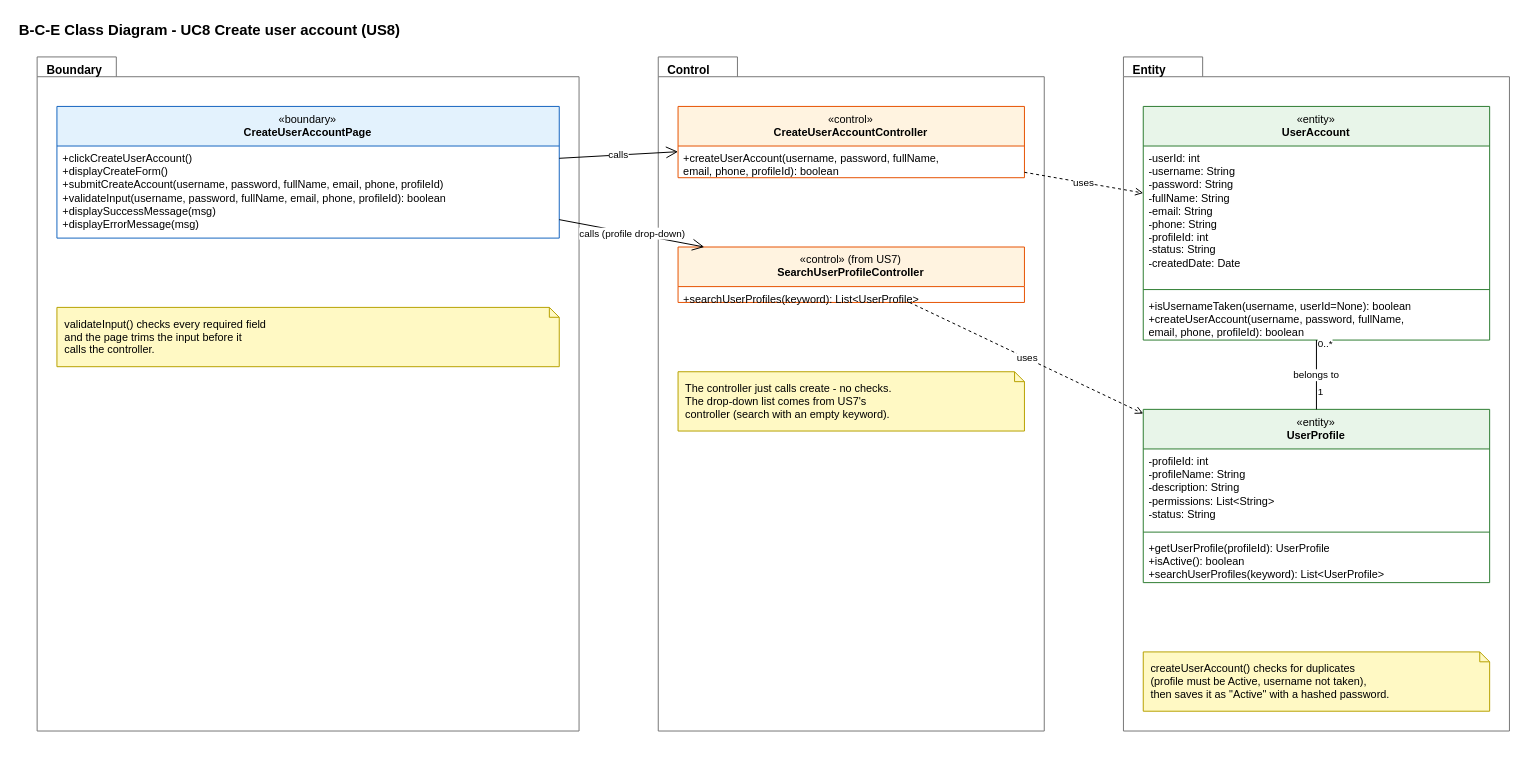
This is page "5 BCE Class Diagram" (5 of 6) of Sprint_1/US8 - Create User Account/US8 Create user account.drawio from Hanzxc/CSIT314-ARCHSS, a draw.io file, before an edit. Source tidied: cells renumbered, new cells numbered last; positions are measured from the earlier drawing's top-left corner, leaving out a move shared by most shapes. Both pictures are drawn from the tidied source at 99%, with x=0, y=0 at pixel (17, 17).
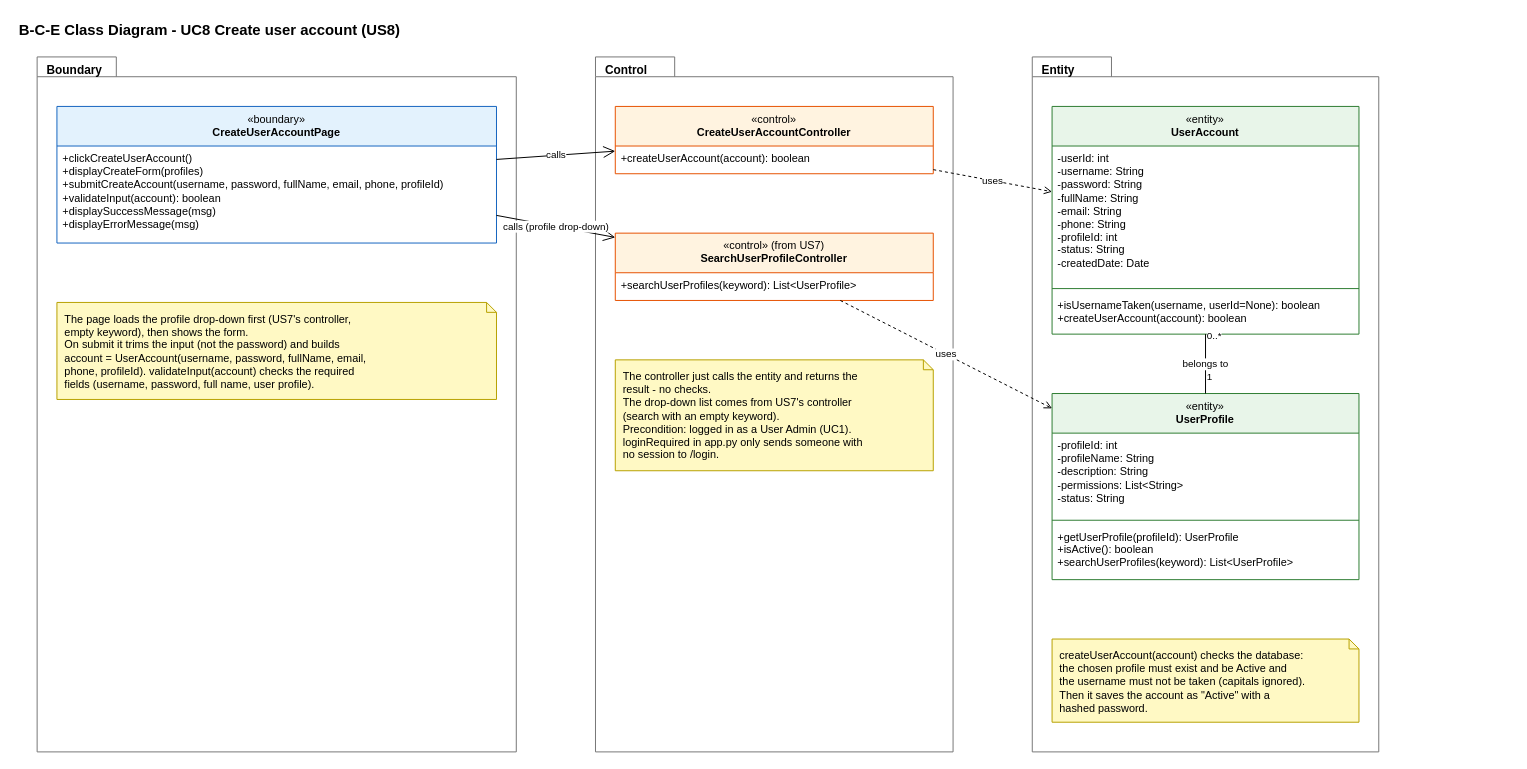
After the change.

Diff of the diagram source:
```diff
@@
+    <mxCell id="30" value="&lt;b&gt;B-C-E Class Diagram - UC8 Create user account (US8)&lt;/b&gt;" style="text;html=1;strokeColor=none;fillColor=none;align=left;verticalAlign=middle;whiteSpace=nowrap;fontSize=15;fontColor=#000000;" parent="1" vertex="1">
+      <mxGeometry width="390" height="24" as="geometry" />
+    </mxCell>
+    <mxCell id="31" value="&lt;b&gt;Boundary&lt;/b&gt;" style="shape=folder;tabWidth=80;tabHeight=20;tabPosition=left;html=1;verticalAlign=top;align=left;spacingLeft=8;spacingTop=0;fillColor=none;fontSize=12;strokeColor=#777777;fontColor=#000000;" parent="1" vertex="1">
+      <mxGeometry x="20" y="40" width="484" height="702" as="geometry" />
+    </mxCell>
+    <mxCell id="32" value="&lt;b&gt;Control&lt;/b&gt;" style="shape=folder;tabWidth=80;tabHeight=20;tabPosition=left;html=1;verticalAlign=top;align=left;spacingLeft=8;spacingTop=0;fillColor=none;fontSize=12;strokeColor=#777777;fontColor=#000000;" parent="1" vertex="1">
+      <mxGeometry x="584" y="40" width="361.2" height="702" as="geometry" />
+    </mxCell>
+    <mxCell id="33" value="&lt;b&gt;Entity&lt;/b&gt;" style="shape=folder;tabWidth=80;tabHeight=20;tabPosition=left;html=1;verticalAlign=top;align=left;spacingLeft=8;spacingTop=0;fillColor=none;fontSize=12;strokeColor=#777777;fontColor=#000000;" parent="1" vertex="1">
+      <mxGeometry x="1025.2" y="40" width="350" height="702" as="geometry" />
+    </mxCell>
-    <mxCell id="2" value="&lt;b&gt;B-C-E Class Diagram - UC8 Create user account (US8)&lt;/b&gt;" style="text;html=1;strokeColor=none;fillColor=none;align=left;verticalAlign=middle;whiteSpace=nowrap;fontSize=15;fontColor=#000000;" parent="1" vertex="1">
-      <mxGeometry width="485.9" height="24" as="geometry" />
+    <mxCell id="2" value="«boundary»&lt;br&gt;&lt;b&gt;CreateUserAccountPage&lt;/b&gt;" style="swimlane;fontStyle=0;align=center;verticalAlign=top;horizontal=1;startSize=40;html=1;whiteSpace=wrap;fontSize=11;fillColor=#E3F2FD;strokeColor=#1565C0;swimlaneFillColor=#FFFFFF;fontColor=#000000;" parent="1" vertex="1">
+      <mxGeometry x="40" y="90" width="444" height="138" as="geometry" />
     </mxCell>
-    <mxCell id="3" value="&lt;b&gt;Boundary&lt;/b&gt;" style="shape=folder;tabWidth=80;tabHeight=20;tabPosition=left;html=1;verticalAlign=top;align=left;spacingLeft=8;spacingTop=0;fillColor=none;fontSize=12;strokeColor=#777777;fontColor=#000000;" parent="1" vertex="1">
-      <mxGeometry x="20" y="40" width="547.4" height="680.9" as="geometry" />
+    <mxCell id="3" value="+clickCreateUserAccount()&lt;br&gt;+displayCreateForm(profiles)&lt;br&gt;+submitCreateAccount(username, password, fullName, email, phone, profileId)&lt;br&gt;+validateInput(account): boolean&lt;br&gt;+displaySuccessMessage(msg)&lt;br&gt;+displayErrorMessage(msg)" style="text;strokeColor=none;fillColor=none;align=left;verticalAlign=top;spacingLeft=4;spacingRight=4;overflow=hidden;whiteSpace=nowrap;html=1;fontSize=11;fontColor=#000000;" parent="2" vertex="1">
+      <mxGeometry y="40" width="444" height="98" as="geometry" />
     </mxCell>
-    <mxCell id="4" value="«boundary»&lt;br&gt;&lt;b&gt;CreateUserAccountPage&lt;/b&gt;" style="swimlane;fontStyle=0;align=center;verticalAlign=top;horizontal=1;startSize=40;html=1;whiteSpace=wrap;fontSize=11;fillColor=#E3F2FD;strokeColor=#1565C0;swimlaneFillColor=#FFFFFF;fontColor=#000000;" parent="1" vertex="1">
-      <mxGeometry x="40" y="90" width="507.4" height="133" as="geometry" />
+    <mxCell id="4" value="The page loads the profile drop-down first (US7's controller,&lt;br&gt;empty keyword), then shows the form.&lt;br&gt;On submit it trims the input (not the password) and builds&lt;br&gt;account = UserAccount(username, password, fullName, email,&lt;br&gt;phone, profileId). validateInput(account) checks the required&lt;br&gt;fields (username, password, full name, user profile)." style="shape=note;whiteSpace=wrap;html=1;size=10;fillColor=#FFF9C4;strokeColor=#B8A100;align=left;verticalAlign=top;spacingLeft=6;spacingRight=4;spacingTop=4;fontSize=11;fontColor=#000000;" parent="1" vertex="1">
+      <mxGeometry x="40" y="288" width="444" height="98" as="geometry" />
     </mxCell>
-    <mxCell id="5" value="+clickCreateUserAccount()&lt;br&gt;+displayCreateForm()&lt;br&gt;+submitCreateAccount(username, password, fullName, email, phone, profileId)&lt;br&gt;+validateInput(username, password, fullName, email, phone, profileId): boolean&lt;br&gt;+displaySuccessMessage(msg)&lt;br&gt;+displayErrorMessage(msg)" style="text;strokeColor=none;fillColor=none;align=left;verticalAlign=top;spacingLeft=4;spacingRight=4;overflow=hidden;points=[[0,0.5],[1,0.5]];portConstraint=eastwest;whiteSpace=nowrap;html=1;fontSize=11;fontColor=#000000;" parent="4" vertex="1">
-      <mxGeometry y="40" width="507.4" height="93" as="geometry" />
+    <mxCell id="5" value="«control»&lt;br&gt;&lt;b&gt;CreateUserAccountController&lt;/b&gt;" style="swimlane;fontStyle=0;align=center;verticalAlign=top;horizontal=1;startSize=40;html=1;whiteSpace=wrap;fontSize=11;fillColor=#FFF3E0;strokeColor=#E65100;swimlaneFillColor=#FFFFFF;fontColor=#000000;" parent="1" vertex="1">
+      <mxGeometry x="604" y="90" width="321.2" height="68" as="geometry" />
     </mxCell>
-    <mxCell id="6" value="validateInput() checks every required field&lt;br&gt;and the page trims the input before it&lt;br&gt;calls the controller." style="shape=note;whiteSpace=wrap;html=1;size=10;fillColor=#FFF9C4;strokeColor=#B8A100;align=left;verticalAlign=top;spacingLeft=6;spacingRight=4;spacingTop=4;fontSize=11;fontColor=#000000;" parent="1" vertex="1">
-      <mxGeometry x="40" y="293" width="507.4" height="59.9" as="geometry" />
+    <mxCell id="6" value="+createUserAccount(account): boolean" style="text;strokeColor=none;fillColor=none;align=left;verticalAlign=top;spacingLeft=4;spacingRight=4;overflow=hidden;whiteSpace=nowrap;html=1;fontSize=11;fontColor=#000000;" parent="5" vertex="1">
+      <mxGeometry y="40" width="321.2" height="28" as="geometry" />
     </mxCell>
-    <mxCell id="7" value="&lt;b&gt;Control&lt;/b&gt;" style="shape=folder;tabWidth=80;tabHeight=20;tabPosition=left;html=1;verticalAlign=top;align=left;spacingLeft=8;spacingTop=0;fillColor=none;fontSize=12;strokeColor=#777777;fontColor=#000000;" parent="1" vertex="1">
-      <mxGeometry x="647.4" y="40" width="389.9" height="680.9" as="geometry" />
+    <mxCell id="7" value="«control» (from US7)&lt;br&gt;&lt;b&gt;SearchUserProfileController&lt;/b&gt;" style="swimlane;fontStyle=0;align=center;verticalAlign=top;horizontal=1;startSize=40;html=1;whiteSpace=wrap;fontSize=11;fillColor=#FFF3E0;strokeColor=#E65100;swimlaneFillColor=#FFFFFF;fontColor=#000000;" parent="1" vertex="1">
+      <mxGeometry x="604" y="218" width="321.2" height="68" as="geometry" />
     </mxCell>
-    <mxCell id="8" value="«control»&lt;br&gt;&lt;b&gt;CreateUserAccountController&lt;/b&gt;" style="swimlane;fontStyle=0;align=center;verticalAlign=top;horizontal=1;startSize=40;html=1;whiteSpace=wrap;fontSize=11;fillColor=#FFF3E0;strokeColor=#E65100;swimlaneFillColor=#FFFFFF;fontColor=#000000;" parent="1" vertex="1">
-      <mxGeometry x="667.4" y="90" width="349.9" height="72" as="geometry" />
+    <mxCell id="8" value="+searchUserProfiles(keyword): List&amp;lt;UserProfile&amp;gt;" style="text;strokeColor=none;fillColor=none;align=left;verticalAlign=top;spacingLeft=4;spacingRight=4;overflow=hidden;points=[[0,0.5],[1,0.5]];portConstraint=eastwest;whiteSpace=nowrap;html=1;fontSize=11;fontColor=#000000;" parent="7" vertex="1">
+      <mxGeometry y="40" width="321.2" height="28" as="geometry" />
     </mxCell>
-    <mxCell id="9" value="+createUserAccount(username, password, fullName,&lt;br&gt;        email, phone, profileId): boolean" style="text;strokeColor=none;fillColor=none;align=left;verticalAlign=top;spacingLeft=4;spacingRight=4;overflow=hidden;whiteSpace=nowrap;html=1;fontSize=11;fontColor=#000000;" parent="8" vertex="1">
-      <mxGeometry y="40" width="349.9" height="32" as="geometry" />
+    <mxCell id="9" value="The controller just calls the entity and returns the&lt;br&gt;result - no checks.&lt;br&gt;The drop-down list comes from US7's controller&lt;br&gt;(search with an empty keyword).&lt;br&gt;Precondition: logged in as a User Admin (UC1).&lt;br&gt;loginRequired in app.py only sends someone with&lt;br&gt;no session to /login." style="shape=note;whiteSpace=wrap;html=1;size=10;fillColor=#FFF9C4;strokeColor=#B8A100;align=left;verticalAlign=top;spacingLeft=6;spacingRight=4;spacingTop=4;fontSize=11;fontColor=#000000;" parent="1" vertex="1">
+      <mxGeometry x="604" y="346" width="321.2" height="112" as="geometry" />
     </mxCell>
-    <mxCell id="10" value="«control» (from US7)&lt;br&gt;&lt;b&gt;SearchUserProfileController&lt;/b&gt;" style="swimlane;fontStyle=0;align=center;verticalAlign=top;horizontal=1;startSize=40;html=1;whiteSpace=wrap;fontSize=11;fillColor=#FFF3E0;strokeColor=#E65100;swimlaneFillColor=#FFFFFF;fontColor=#000000;" parent="1" vertex="1">
-      <mxGeometry x="667.4" y="232" width="349.9" height="56" as="geometry" />
+    <mxCell id="10" value="«entity»&lt;br&gt;&lt;b&gt;UserAccount&lt;/b&gt;" style="swimlane;fontStyle=0;align=center;verticalAlign=top;horizontal=1;startSize=40;html=1;whiteSpace=wrap;fontSize=11;fillColor=#E8F5E9;strokeColor=#2E7D32;swimlaneFillColor=#FFFFFF;fontColor=#000000;" parent="1" vertex="1">
+      <mxGeometry x="1045.2" y="90" width="310" height="230" as="geometry" />
     </mxCell>
-    <mxCell id="11" value="+searchUserProfiles(keyword): List&amp;lt;UserProfile&amp;gt;" style="text;strokeColor=none;fillColor=none;align=left;verticalAlign=top;spacingLeft=4;spacingRight=4;overflow=hidden;whiteSpace=nowrap;html=1;fontSize=11;fontColor=#000000;" parent="10" vertex="1">
-      <mxGeometry y="40" width="349.9" height="16" as="geometry" />
+    <mxCell id="11" value="-userId: int&lt;br&gt;-username: String&lt;br&gt;-password: String&lt;br&gt;-fullName: String&lt;br&gt;-email: String&lt;br&gt;-phone: String&lt;br&gt;-profileId: int&lt;br&gt;-status: String&lt;br&gt;-createdDate: Date" style="text;strokeColor=none;fillColor=none;align=left;verticalAlign=top;spacingLeft=4;spacingRight=4;overflow=hidden;whiteSpace=nowrap;html=1;fontSize=11;fontColor=#000000;" parent="10" vertex="1">
+      <mxGeometry y="40" width="310" height="140" as="geometry" />
     </mxCell>
-    <mxCell id="12" value="The controller just calls create - no checks.&lt;br&gt;The drop-down list comes from US7's&lt;br&gt;controller (search with an empty keyword)." style="shape=note;whiteSpace=wrap;html=1;size=10;fillColor=#FFF9C4;strokeColor=#B8A100;align=left;verticalAlign=top;spacingLeft=6;spacingRight=4;spacingTop=4;fontSize=11;fontColor=#000000;" parent="1" vertex="1">
-      <mxGeometry x="667.4" y="358" width="349.9" height="59.9" as="geometry" />
+    <mxCell id="12" style="line;strokeWidth=1;fillColor=none;align=left;verticalAlign=middle;spacingTop=-1;spacingLeft=3;spacingRight=3;labelPosition=right;strokeColor=#2E7D32;fontColor=#000000;" parent="10" vertex="1">
+      <mxGeometry y="180" width="310" height="8" as="geometry" />
     </mxCell>
-    <mxCell id="13" value="&lt;b&gt;Entity&lt;/b&gt;" style="shape=folder;tabWidth=80;tabHeight=20;tabPosition=left;html=1;verticalAlign=top;align=left;spacingLeft=8;spacingTop=0;fillColor=none;fontSize=12;strokeColor=#777777;fontColor=#000000;" parent="1" vertex="1">
-      <mxGeometry x="1117.3" y="40" width="389.9" height="680.9" as="geometry" />
+    <mxCell id="13" value="+isUsernameTaken(username, userId=None): boolean&lt;br&gt;+createUserAccount(account): boolean" style="text;strokeColor=none;fillColor=none;align=left;verticalAlign=top;spacingLeft=4;spacingRight=4;overflow=hidden;whiteSpace=nowrap;html=1;fontSize=11;fontColor=#000000;" parent="10" vertex="1">
+      <mxGeometry y="188" width="310" height="42" as="geometry" />
     </mxCell>
-    <mxCell id="14" value="«entity»&lt;br&gt;&lt;b&gt;UserAccount&lt;/b&gt;" style="swimlane;fontStyle=0;align=center;verticalAlign=top;horizontal=1;startSize=40;html=1;whiteSpace=wrap;fontSize=11;fillColor=#E8F5E9;strokeColor=#2E7D32;swimlaneFillColor=#FFFFFF;fontColor=#000000;" parent="1" vertex="1">
-      <mxGeometry x="1137.3" y="90" width="349.9" height="236" as="geometry" />
+    <mxCell id="14" value="«entity»&lt;br&gt;&lt;b&gt;UserProfile&lt;/b&gt;" style="swimlane;fontStyle=0;align=center;verticalAlign=top;horizontal=1;startSize=40;html=1;whiteSpace=wrap;fontSize=11;fillColor=#E8F5E9;strokeColor=#2E7D32;swimlaneFillColor=#FFFFFF;fontColor=#000000;" parent="1" vertex="1">
+      <mxGeometry x="1045.2" y="380" width="310" height="188" as="geometry" />
     </mxCell>
-    <mxCell id="15" value="-userId: int&lt;br&gt;-username: String&lt;br&gt;-password: String&lt;br&gt;-fullName: String&lt;br&gt;-email: String&lt;br&gt;-phone: String&lt;br&gt;-profileId: int&lt;br&gt;-status: String&lt;br&gt;-createdDate: Date" style="text;strokeColor=none;fillColor=none;align=left;verticalAlign=top;spacingLeft=4;spacingRight=4;overflow=hidden;whiteSpace=nowrap;html=1;fontSize=11;fontColor=#000000;" parent="14" vertex="1">
-      <mxGeometry y="40" width="349.9" height="141" as="geometry" />
+    <mxCell id="15" value="-profileId: int&lt;br&gt;-profileName: String&lt;br&gt;-description: String&lt;br&gt;-permissions: List&amp;lt;String&amp;gt;&lt;br&gt;-status: String" style="text;strokeColor=none;fillColor=none;align=left;verticalAlign=top;spacingLeft=4;spacingRight=4;overflow=hidden;whiteSpace=nowrap;html=1;fontSize=11;fontColor=#000000;" parent="14" vertex="1">
+      <mxGeometry y="40" width="310" height="84" as="geometry" />
     </mxCell>
     <mxCell id="16" style="line;strokeWidth=1;fillColor=none;align=left;verticalAlign=middle;spacingTop=-1;spacingLeft=3;spacingRight=3;labelPosition=right;strokeColor=#2E7D32;fontColor=#000000;" parent="14" vertex="1">
-      <mxGeometry y="181" width="349.9" height="8" as="geometry" />
+      <mxGeometry y="124" width="310" height="8" as="geometry" />
     </mxCell>
-    <mxCell id="17" value="+isUsernameTaken(username, userId=None): boolean&lt;br&gt;+createUserAccount(username, password, fullName,&lt;br&gt;        email, phone, profileId): boolean" style="text;strokeColor=none;fillColor=none;align=left;verticalAlign=top;spacingLeft=4;spacingRight=4;overflow=hidden;whiteSpace=nowrap;html=1;fontSize=11;fontColor=#000000;" parent="14" vertex="1">
-      <mxGeometry y="189" width="349.9" height="47" as="geometry" />
+    <mxCell id="17" value="+getUserProfile(profileId): UserProfile&lt;br&gt;+isActive(): boolean&lt;br&gt;+searchUserProfiles(keyword): List&amp;lt;UserProfile&amp;gt;" style="text;strokeColor=none;fillColor=none;align=left;verticalAlign=top;spacingLeft=4;spacingRight=4;overflow=hidden;whiteSpace=nowrap;html=1;fontSize=11;fontColor=#000000;" parent="14" vertex="1">
+      <mxGeometry y="132" width="310" height="56" as="geometry" />
     </mxCell>
-    <mxCell id="18" value="«entity»&lt;br&gt;&lt;b&gt;UserProfile&lt;/b&gt;" style="swimlane;fontStyle=0;align=center;verticalAlign=top;horizontal=1;startSize=40;html=1;whiteSpace=wrap;fontSize=11;fillColor=#E8F5E9;strokeColor=#2E7D32;swimlaneFillColor=#FFFFFF;fontColor=#000000;" parent="1" vertex="1">
-      <mxGeometry x="1137.3" y="396" width="349.9" height="175" as="geometry" />
+    <mxCell id="18" value="createUserAccount(account) checks the database:&lt;br&gt;the chosen profile must exist and be Active and&lt;br&gt;the username must not be taken (capitals ignored).&lt;br&gt;Then it saves the account as &quot;Active&quot; with a&lt;br&gt;hashed password." style="shape=note;whiteSpace=wrap;html=1;size=10;fillColor=#FFF9C4;strokeColor=#B8A100;align=left;verticalAlign=top;spacingLeft=6;spacingRight=4;spacingTop=4;fontSize=11;fontColor=#000000;" parent="1" vertex="1">
+      <mxGeometry x="1045.2" y="628" width="310" height="84" as="geometry" />
     </mxCell>
-    <mxCell id="19" value="-profileId: int&lt;br&gt;-profileName: String&lt;br&gt;-description: String&lt;br&gt;-permissions: List&amp;lt;String&amp;gt;&lt;br&gt;-status: String" style="text;strokeColor=none;fillColor=none;align=left;verticalAlign=top;spacingLeft=4;spacingRight=4;overflow=hidden;whiteSpace=nowrap;html=1;fontSize=11;fontColor=#000000;" parent="18" vertex="1">
-      <mxGeometry y="40" width="349.9" height="80" as="geometry" />
+    <mxCell id="19" value="calls" style="endArrow=open;endFill=0;endSize=10;html=1;rounded=0;fontSize=10;fontColor=#000000;strokeColor=#000000;labelBackgroundColor=#FFFFFF;" parent="1" edge="1" source="2" target="5">
+      <mxGeometry relative="1" as="geometry" />
     </mxCell>
-    <mxCell id="20" style="line;strokeWidth=1;fillColor=none;align=left;verticalAlign=middle;spacingTop=-1;spacingLeft=3;spacingRight=3;labelPosition=right;strokeColor=#2E7D32;fontColor=#000000;" parent="18" vertex="1">
-      <mxGeometry y="120" width="349.9" height="8" as="geometry" />
+    <mxCell id="20" value="calls (profile drop-down)" style="endArrow=open;endFill=0;endSize=10;html=1;rounded=0;fontSize=10;fontColor=#000000;strokeColor=#000000;labelBackgroundColor=#FFFFFF;" parent="1" edge="1" source="2" target="7">
+      <mxGeometry relative="1" as="geometry" />
     </mxCell>
-    <mxCell id="21" value="+getUserProfile(profileId): UserProfile&lt;br&gt;+isActive(): boolean&lt;br&gt;+searchUserProfiles(keyword): List&amp;lt;UserProfile&amp;gt;" style="text;strokeColor=none;fillColor=none;align=left;verticalAlign=top;spacingLeft=4;spacingRight=4;overflow=hidden;whiteSpace=nowrap;html=1;fontSize=11;fontColor=#000000;" parent="18" vertex="1">
-      <mxGeometry y="128" width="349.9" height="47" as="geometry" />
+    <mxCell id="21" value="uses" style="endArrow=open;endFill=0;dashed=1;html=1;rounded=0;fontSize=10;fontColor=#000000;strokeColor=#000000;labelBackgroundColor=#FFFFFF;" parent="1" edge="1" source="5" target="10">
+      <mxGeometry relative="1" as="geometry" />
     </mxCell>
-    <mxCell id="22" value="createUserAccount() checks for duplicates&lt;br&gt;(profile must be Active, username not taken),&lt;br&gt;then saves it as &quot;Active&quot; with a hashed password." style="shape=note;whiteSpace=wrap;html=1;size=10;fillColor=#FFF9C4;strokeColor=#B8A100;align=left;verticalAlign=top;spacingLeft=6;spacingRight=4;spacingTop=4;fontSize=11;fontColor=#000000;" parent="1" vertex="1">
-      <mxGeometry x="1137.3" y="641" width="349.9" height="59.9" as="geometry" />
+    <mxCell id="22" value="uses" style="endArrow=open;endFill=0;dashed=1;html=1;rounded=0;fontSize=10;fontColor=#000000;strokeColor=#000000;labelBackgroundColor=#FFFFFF;" parent="1" edge="1" source="7" target="14">
+      <mxGeometry relative="1" as="geometry" />
     </mxCell>
-    <mxCell id="23" value="calls" style="endArrow=open;endFill=0;endSize=10;html=1;rounded=0;fontSize=10;fontColor=#000000;strokeColor=#000000;labelBackgroundColor=#FFFFFF;" parent="1" edge="1" source="4" target="8">
+    <mxCell id="23" value="belongs to" style="endArrow=none;html=1;rounded=0;fontSize=10;fontColor=#000000;strokeColor=#000000;labelBackgroundColor=#FFFFFF;" parent="1" edge="1" source="10" target="14">
       <mxGeometry relative="1" as="geometry" />
     </mxCell>
-    <mxCell id="24" value="calls (profile drop-down)" style="endArrow=open;endFill=0;endSize=10;html=1;rounded=0;fontSize=10;fontColor=#000000;strokeColor=#000000;labelBackgroundColor=#FFFFFF;" parent="1" edge="1" source="4" target="10">
-      <mxGeometry relative="1" as="geometry" />
+    <mxCell id="24" value="0..*" style="edgeLabel;html=1;align=left;verticalAlign=bottom;fontSize=10;fontColor=#000000;labelBackgroundColor=#FFFFFF;" parent="23" vertex="1">
+      <mxGeometry x="-0.7" relative="1" as="geometry" />
     </mxCell>
-    <mxCell id="25" value="uses" style="endArrow=open;endFill=0;dashed=1;html=1;rounded=0;fontSize=10;fontColor=#000000;strokeColor=#000000;labelBackgroundColor=#FFFFFF;" parent="1" edge="1" source="8" target="14">
-      <mxGeometry relative="1" as="geometry" />
+    <mxCell id="25" value="1" style="edgeLabel;html=1;align=left;verticalAlign=bottom;fontSize=10;fontColor=#000000;labelBackgroundColor=#FFFFFF;" parent="23" vertex="1">
+      <mxGeometry x="0.7" relative="1" as="geometry" />
     </mxCell>
-    <mxCell id="26" value="uses" style="endArrow=open;endFill=0;dashed=1;html=1;rounded=0;fontSize=10;fontColor=#000000;strokeColor=#000000;labelBackgroundColor=#FFFFFF;" parent="1" edge="1" source="10" target="18">
-      <mxGeometry relative="1" as="geometry" />
-    </mxCell>
-    <mxCell id="27" value="belongs to" style="endArrow=none;html=1;rounded=0;fontSize=10;fontColor=#000000;strokeColor=#000000;labelBackgroundColor=#FFFFFF;" parent="1" edge="1" source="14" target="18">
-      <mxGeometry relative="1" as="geometry" />
-    </mxCell>
-    <mxCell id="28" value="0..*" style="edgeLabel;html=1;align=left;verticalAlign=bottom;fontSize=10;fontColor=#000000;labelBackgroundColor=#FFFFFF;" parent="27" vertex="1">
-      <mxGeometry x="-0.7" relative="1" as="geometry" />
-    </mxCell>
-    <mxCell id="29" value="1" style="edgeLabel;html=1;align=left;verticalAlign=bottom;fontSize=10;fontColor=#000000;labelBackgroundColor=#FFFFFF;" parent="27" vertex="1">
-      <mxGeometry x="0.7" relative="1" as="geometry" />
-    </mxCell>
```
